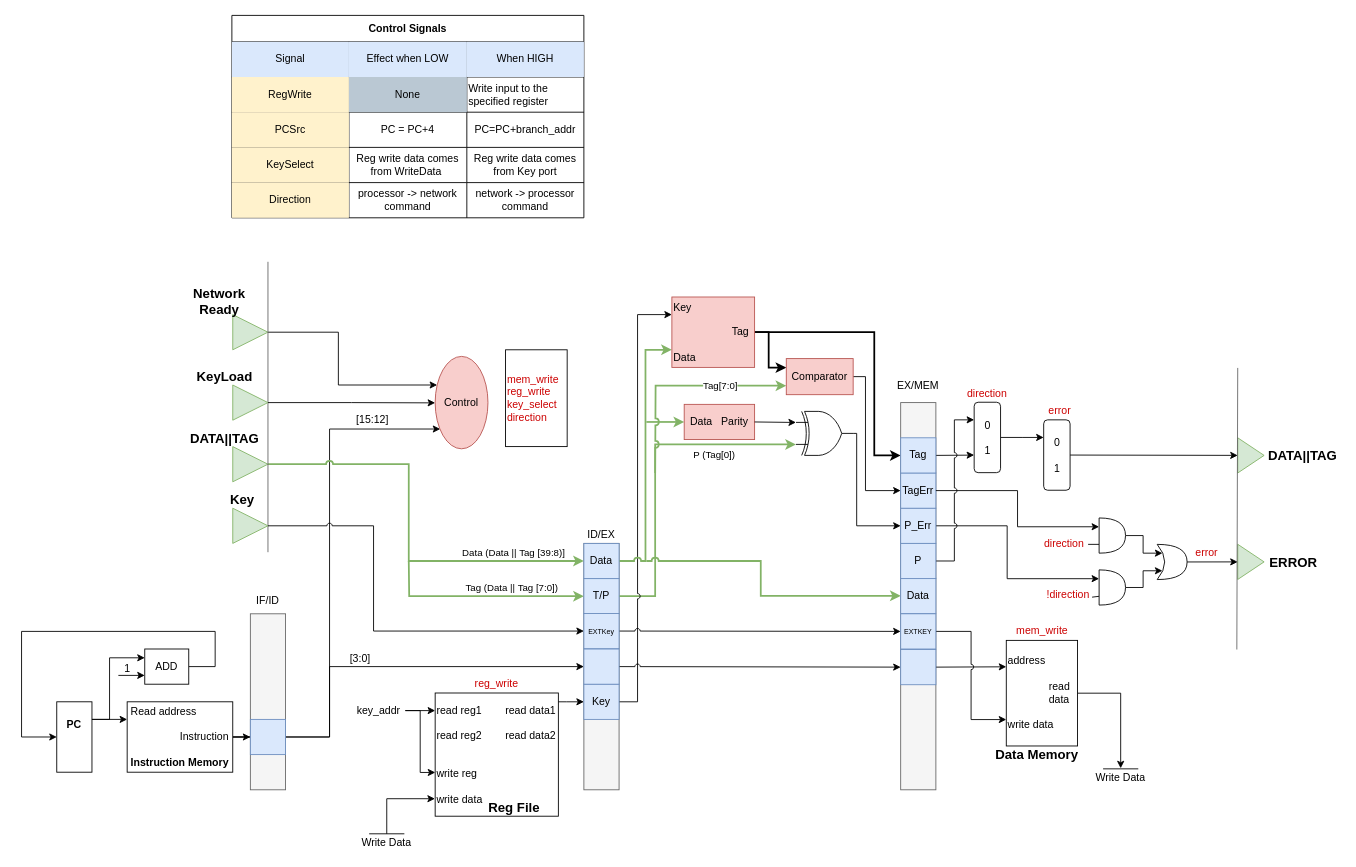
Earlier version of the draw.io diagram overall.drawio (featherbear/UNSW-COMP3211). Source tidied: cells renumbered, new cells numbered last; positions are measured from the earlier drawing's top-left corner, leaving out a move shared by most shapes. Both pictures are drawn from the tidied source at 88%, with x=0, y=0 at pixel (21, 15).
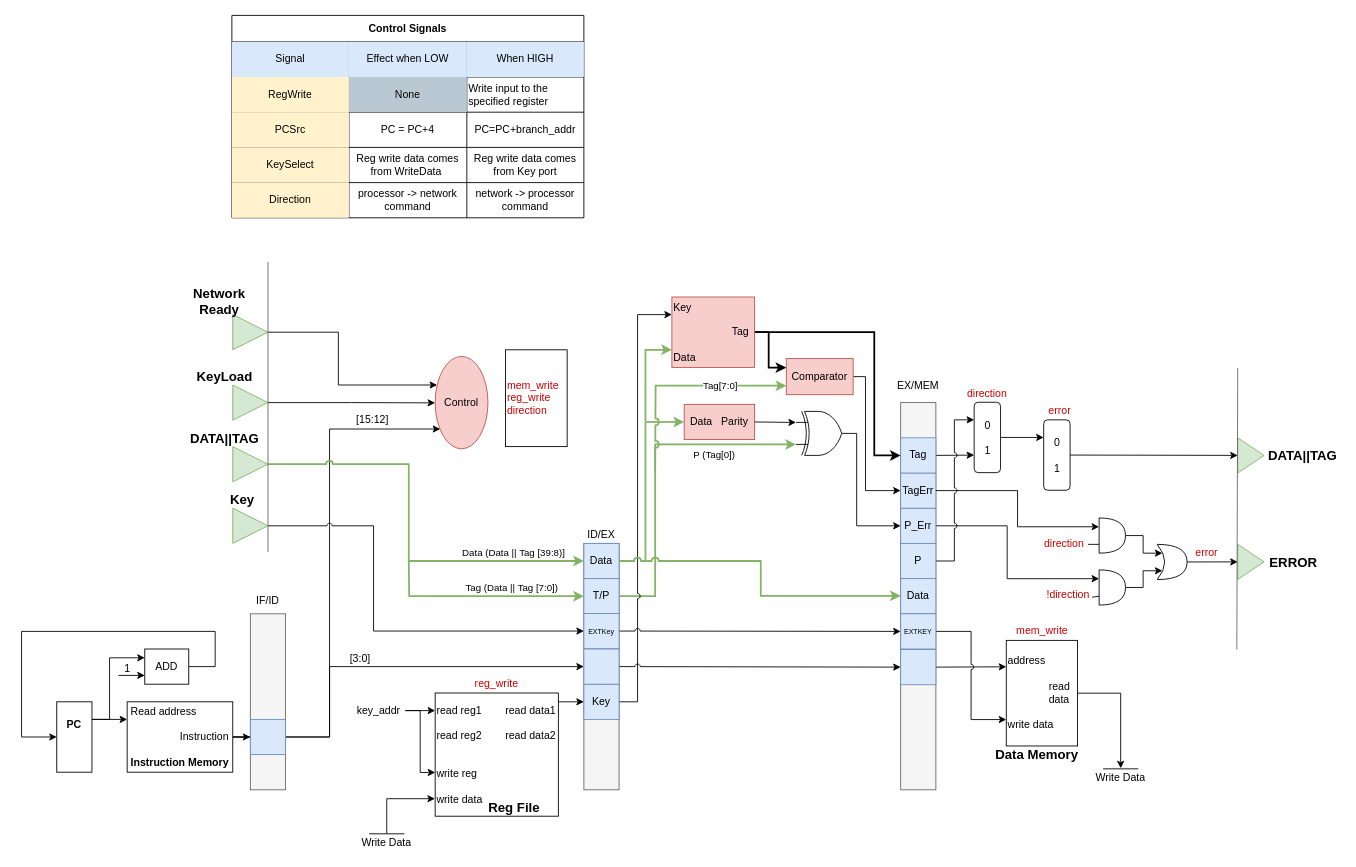
Above is the later version.

Commit message:
update diagram: last update pls

What changed in the source:
```diff
@@
-    <mxCell id="76" value="&lt;div&gt;&lt;span style=&quot;color: rgb(204 , 0 , 0)&quot;&gt;&lt;br&gt;&lt;/span&gt;&lt;/div&gt;&lt;div&gt;&lt;span style=&quot;color: rgb(204 , 0 , 0)&quot;&gt;mem_write&lt;/span&gt;&lt;/div&gt;&lt;div&gt;&lt;span style=&quot;color: rgb(204 , 0 , 0)&quot;&gt;reg_write&lt;/span&gt;&lt;br&gt;&lt;/div&gt;&lt;div&gt;&lt;span style=&quot;color: rgb(204 , 0 , 0)&quot;&gt;key_select&lt;/span&gt;&lt;br&gt;&lt;/div&gt;&lt;div&gt;&lt;span style=&quot;color: rgb(204 , 0 , 0)&quot;&gt;direction&lt;/span&gt;&lt;/div&gt;&lt;div&gt;&lt;span&gt;&lt;font color=&quot;#cc0000&quot;&gt;&lt;br&gt;&lt;/font&gt;&lt;/span&gt;&lt;/div&gt;" style="rounded=0;whiteSpace=wrap;html=1;align=left;" parent="1" vertex="1">
+    <mxCell id="76" value="&lt;div&gt;&lt;span style=&quot;color: rgb(204 , 0 , 0)&quot;&gt;&lt;br&gt;&lt;/span&gt;&lt;/div&gt;&lt;div&gt;&lt;span style=&quot;color: rgb(204 , 0 , 0)&quot;&gt;mem_write&lt;/span&gt;&lt;/div&gt;&lt;div&gt;&lt;span style=&quot;color: rgb(204 , 0 , 0)&quot;&gt;reg_write&lt;/span&gt;&lt;/div&gt;&lt;div&gt;&lt;span style=&quot;color: rgb(204 , 0 , 0)&quot;&gt;direction&lt;/span&gt;&lt;/div&gt;&lt;div&gt;&lt;span&gt;&lt;font color=&quot;#cc0000&quot;&gt;&lt;br&gt;&lt;/font&gt;&lt;/span&gt;&lt;/div&gt;" style="rounded=0;whiteSpace=wrap;html=1;align=left;" parent="1" vertex="1">
       <mxGeometry x="550" y="380" width="70" height="110" as="geometry" />
     </mxCell>
```
